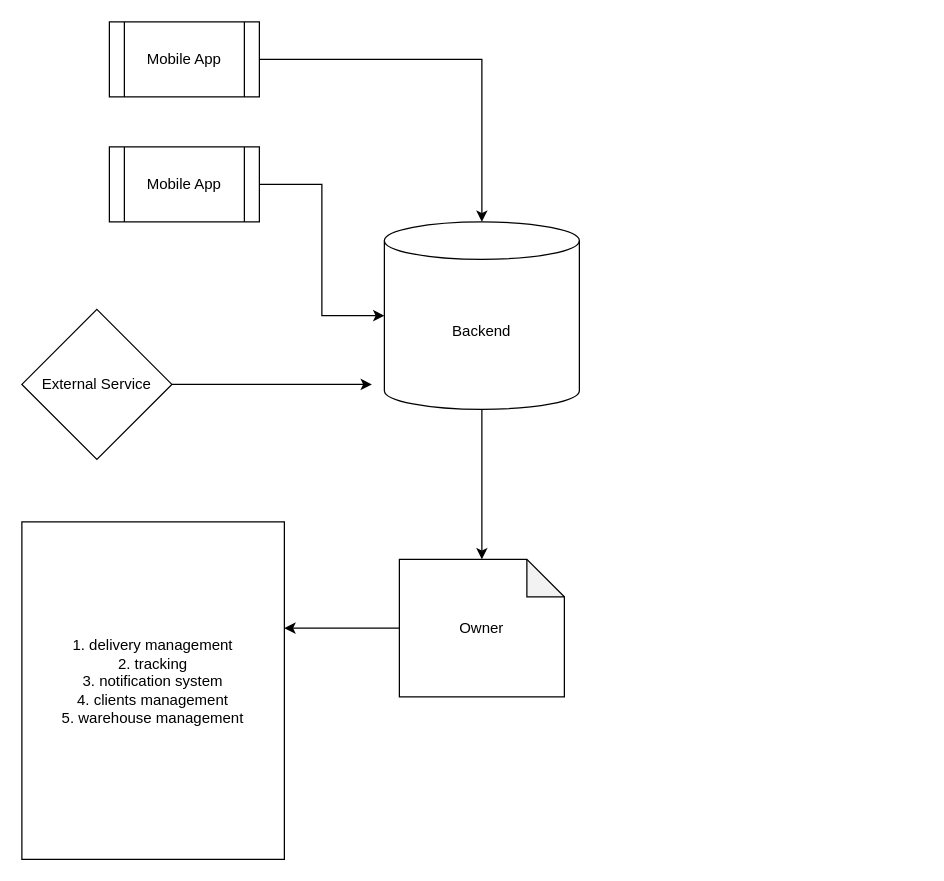
The draw.io diagram Untitled Diagram.drawio in Ziad17/draw-io-diagrams, before the edit. Source tidied: cells renumbered, new cells numbered last; positions are measured from the earlier drawing's top-left corner, leaving out a move shared by most shapes. Both pictures are drawn from the tidied source at 125%, with x=0, y=0 at pixel (21, 21).
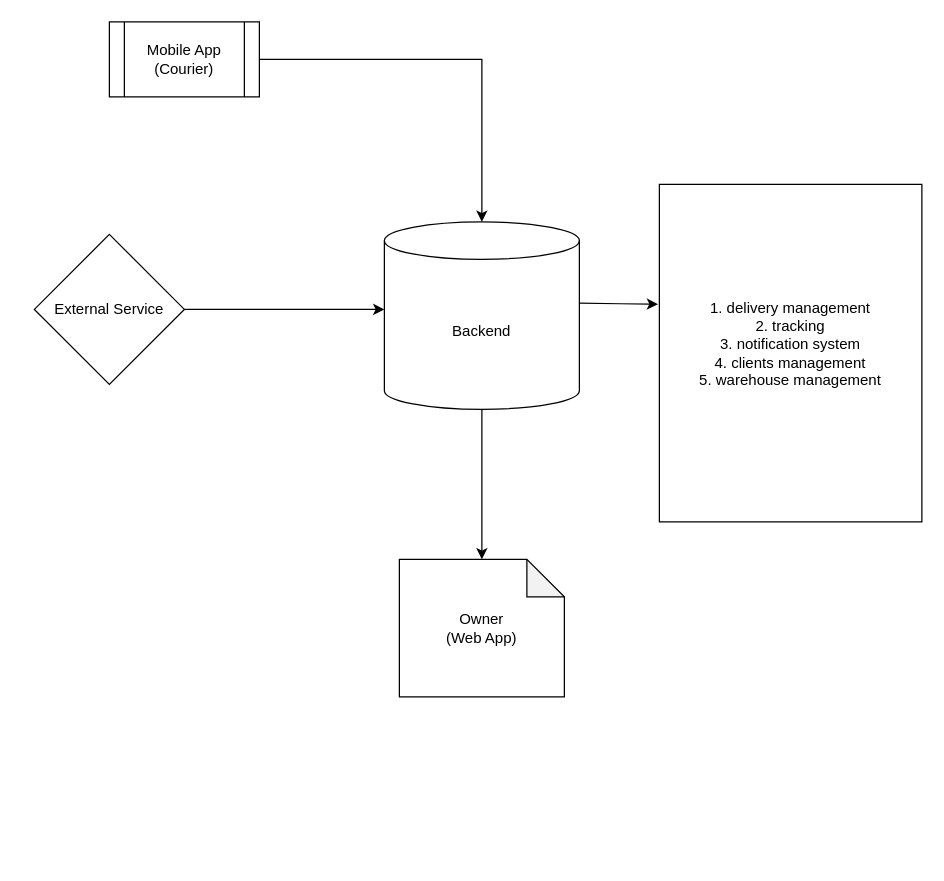
The same diagram, later.

Commit message:
SouqYom Tracking System Draft.drawio

What changed in the source:
```diff
@@
 <mxGraphModel>
   <root>
     <mxCell id="0" />
     <mxCell id="1" parent="0" />
     <mxCell id="2" style="edgeStyle=orthogonalEdgeStyle;rounded=0;jettySize=auto;html=1;" parent="1" edge="1" source="3" target="11">
       <mxGeometry relative="1" as="geometry" />
     </mxCell>
     <mxCell id="3" value="Backend" style="shape=cylinder3;whiteSpace=wrap;html=1;boundedLbl=1;backgroundOutline=1;size=15;" parent="1" vertex="1">
       <mxGeometry x="290" y="160" width="156" height="150" as="geometry" />
     </mxCell>
     <mxCell id="4" style="edgeStyle=orthogonalEdgeStyle;rounded=0;jettySize=auto;html=1;" parent="1" edge="1" source="5" target="3">
       <mxGeometry relative="1" as="geometry" />
     </mxCell>
-    <mxCell id="5" value="Mobile App" style="shape=process;whiteSpace=wrap;html=1;backgroundOutline=1;" parent="1" vertex="1">
+    <mxCell id="5" value="Mobile App&lt;br&gt;(Courier)" style="shape=process;whiteSpace=wrap;html=1;backgroundOutline=1;" parent="1" vertex="1">
       <mxGeometry x="70" width="120" height="60" as="geometry" />
     </mxCell>
-    <mxCell id="6" style="edgeStyle=orthogonalEdgeStyle;rounded=0;jettySize=auto;html=1;" parent="1" edge="1" source="7" target="3">
-      <mxGeometry relative="1" as="geometry" />
-    </mxCell>
-    <mxCell id="7" value="Mobile App" style="shape=process;whiteSpace=wrap;html=1;backgroundOutline=1;" parent="1" vertex="1">
-      <mxGeometry x="70" y="100" width="120" height="60" as="geometry" />
-    </mxCell>
     <mxCell id="8" style="edgeStyle=orthogonalEdgeStyle;rounded=0;jettySize=auto;html=1;" parent="1" edge="1" source="9">
       <mxGeometry relative="1" as="geometry">
-        <mxPoint x="280" y="290" as="targetPoint" />
+        <mxPoint x="290" y="230" as="targetPoint" />
       </mxGeometry>
     </mxCell>
     <mxCell id="9" value="External Service" style="rhombus;whiteSpace=wrap;html=1;" parent="1" vertex="1">
-      <mxGeometry y="230" width="120" height="120" as="geometry" />
+      <mxGeometry x="10" y="170" width="120" height="120" as="geometry" />
     </mxCell>
-    <mxCell id="10" style="edgeStyle=orthogonalEdgeStyle;rounded=0;jettySize=auto;html=1;" parent="1" edge="1" source="11">
-      <mxGeometry relative="1" as="geometry">
-        <mxPoint x="210" y="485" as="targetPoint" />
-      </mxGeometry>
-    </mxCell>
-    <mxCell id="11" value="Owner" style="shape=note;whiteSpace=wrap;html=1;backgroundOutline=1;darkOpacity=0.05;" parent="1" vertex="1">
+    <mxCell id="11" value="Owner&lt;br&gt;(Web App)" style="shape=note;whiteSpace=wrap;html=1;backgroundOutline=1;darkOpacity=0.05;" parent="1" vertex="1">
       <mxGeometry x="302" y="430" width="132" height="110" as="geometry" />
     </mxCell>
     <mxCell id="12" value="1. delivery management&lt;div&gt;2. tracking&lt;/div&gt;&lt;div&gt;3. notification system&lt;/div&gt;&lt;div&gt;4. clients management&lt;/div&gt;&lt;div&gt;5. warehouse management&lt;/div&gt;&lt;div&gt;&lt;br&gt;&lt;/div&gt;" style="rounded=0;whiteSpace=wrap;html=1;" parent="1" vertex="1">
-      <mxGeometry y="400" width="210" height="270" as="geometry" />
+      <mxGeometry x="510" y="130" width="210" height="270" as="geometry" />
     </mxCell>
+    <mxCell id="13" style="edgeStyle=orthogonalEdgeStyle;rounded=0;jettySize=auto;html=1;entryX=-0.005;entryY=0.355;entryDx=0;entryDy=0;entryPerimeter=0;" parent="1" edge="1" target="12">
+      <mxGeometry relative="1" as="geometry">
+        <mxPoint x="446" y="225" as="sourcePoint" />
+      </mxGeometry>
+    </mxCell>
   </root>
 </mxGraphModel>
```
